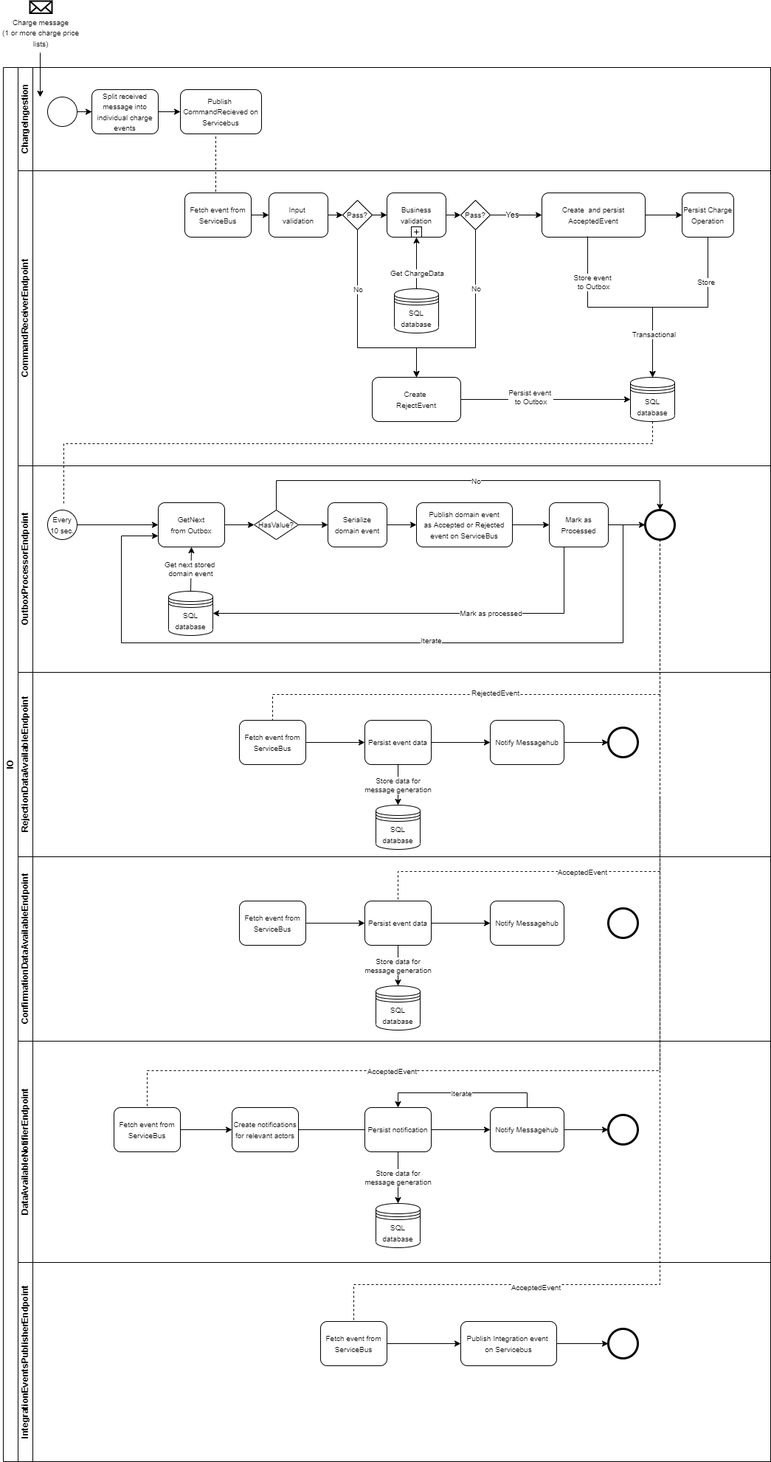
Above: docs/process-flows/images/ChargePriceListProcessFlow.png in Energinet-DataHub/ARCHIVED-geh-charges (draw.io), before the change. Source tidied: cells renumbered, new cells last; positions are measured from the earlier drawing's top-left corner, leaving out a move shared by most shapes.
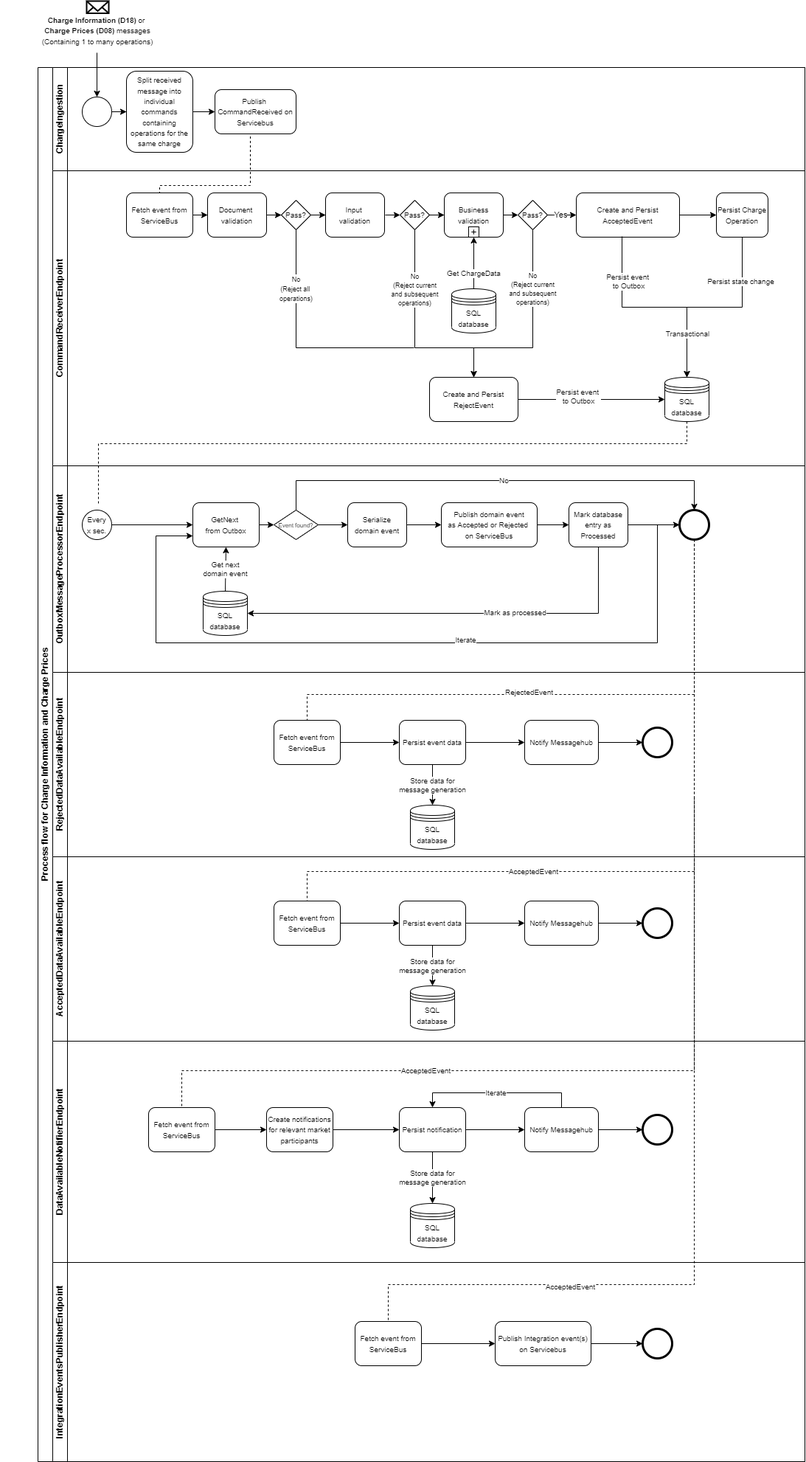
After the commit.

Commit message:
Minor adjustments to process flow diagram

Change to the diagram source:
```diff
@@ -4,3 +4,3 @@
     <mxCell id="1" parent="0" />
-    <mxCell id="2" value="IO" style="swimlane;html=1;horizontal=0;startSize=20;rounded=0;" parent="1" vertex="1">
+    <mxCell id="2" value="Process flow for Charge Information and Charge Prices" style="swimlane;html=1;horizontal=0;startSize=20;rounded=0;" parent="1" vertex="1">
       <mxGeometry x="4" y="90" width="1040" height="1890" as="geometry" />
@@ -19,6 +19,6 @@
     </mxCell>
-    <mxCell id="7" value="&lt;span style=&quot;font-size: 10px&quot;&gt;Split received message into individual charge events&lt;/span&gt;" style="rounded=1;whiteSpace=wrap;html=1;fontFamily=Helvetica;fontSize=12;fontColor=#000000;align=center;" parent="3" vertex="1">
-      <mxGeometry x="100" y="30" width="90" height="60" as="geometry" />
+    <mxCell id="7" value="&lt;span style=&quot;font-size: 10px&quot;&gt;Split received message into individual commands containing operations for the same charge&lt;/span&gt;" style="rounded=1;whiteSpace=wrap;html=1;fontFamily=Helvetica;fontSize=12;fontColor=#000000;align=center;" parent="3" vertex="1">
+      <mxGeometry x="100" y="5" width="90" height="110" as="geometry" />
     </mxCell>
-    <mxCell id="8" value="&lt;font style=&quot;font-size: 10px&quot;&gt;Publish &lt;br&gt;CommandRecieved on Servicebus&lt;/font&gt;" style="rounded=1;whiteSpace=wrap;html=1;fontFamily=Helvetica;fontSize=12;fontColor=#000000;align=center;" parent="3" vertex="1">
+    <mxCell id="8" value="&lt;font style=&quot;font-size: 10px&quot;&gt;Publish &lt;br&gt;CommandReceived on Servicebus&lt;/font&gt;" style="rounded=1;whiteSpace=wrap;html=1;fontFamily=Helvetica;fontSize=12;fontColor=#000000;align=center;" parent="3" vertex="1">
       <mxGeometry x="220" y="30" width="110" height="60" as="geometry" />
@@ -29,6 +29,6 @@
     <mxCell id="10" value="&lt;font style=&quot;font-size: 10px&quot;&gt;Fetch event from ServiceBus&lt;/font&gt;" style="rounded=1;whiteSpace=wrap;html=1;fontFamily=Helvetica;fontSize=12;fontColor=#000000;align=center;" parent="9" vertex="1">
-      <mxGeometry x="226" y="30" width="90" height="60" as="geometry" />
+      <mxGeometry x="100" y="30" width="90" height="60" as="geometry" />
     </mxCell>
     <mxCell id="11" value="&lt;font style=&quot;font-size: 10px&quot;&gt;Pass?&lt;/font&gt;" style="rhombus;whiteSpace=wrap;html=1;fontFamily=Helvetica;fontSize=12;fontColor=#000000;align=center;" parent="9" vertex="1">
-      <mxGeometry x="600" y="40" width="40" height="40" as="geometry" />
+      <mxGeometry x="631" y="40" width="40" height="40" as="geometry" />
     </mxCell>
@@ -40,3 +40,3 @@
     </mxCell>
-    <mxCell id="14" value="&lt;font style=&quot;font-size: 10px&quot;&gt;Create&amp;nbsp; and persist AcceptedEvent&lt;br&gt;&lt;/font&gt;" style="whiteSpace=wrap;html=1;rounded=1;" parent="9" vertex="1">
+    <mxCell id="14" value="&lt;font style=&quot;font-size: 10px&quot;&gt;Create and Persist AcceptedEvent&lt;br&gt;&lt;/font&gt;" style="whiteSpace=wrap;html=1;rounded=1;" parent="9" vertex="1">
       <mxGeometry x="710" y="30" width="140" height="60" as="geometry" />
@@ -50,3 +50,3 @@
     <mxCell id="17" style="group;rounded=0;" parent="9" vertex="1">
-      <mxGeometry x="340" y="30" width="80" height="60" as="geometry" />
+      <mxGeometry x="370" y="30" width="80" height="60" as="geometry" />
     </mxCell>
@@ -55,6 +55,8 @@
     </mxCell>
-    <mxCell id="19" style="edgeStyle=orthogonalEdgeStyle;rounded=0;jettySize=auto;html=1;entryX=0;entryY=0.5;entryDx=0;entryDy=0;" parent="9" edge="1" source="18" target="21">
-      <mxGeometry relative="1" as="geometry" />
+    <mxCell id="19" style="edgeStyle=orthogonalEdgeStyle;rounded=0;jettySize=auto;html=1;entryX=0;entryY=0.5;entryDx=0;entryDy=0;" parent="9" edge="1" target="21">
+      <mxGeometry relative="1" as="geometry">
+        <mxPoint x="451" y="60" as="sourcePoint" />
+      </mxGeometry>
     </mxCell>
-    <mxCell id="20" style="edgeStyle=orthogonalEdgeStyle;rounded=0;jettySize=auto;html=1;entryX=0;entryY=0.5;entryDx=0;entryDy=0;" parent="9" edge="1" source="10" target="18">
+    <mxCell id="20" style="edgeStyle=orthogonalEdgeStyle;rounded=0;jettySize=auto;html=1;entryX=0;entryY=0.5;entryDx=0;entryDy=0;" parent="9" edge="1" source="10" target="119">
       <mxGeometry relative="1" as="geometry" />
@@ -62,3 +64,3 @@
     <mxCell id="21" value="&lt;font style=&quot;font-size: 10px&quot;&gt;Pass?&lt;/font&gt;" style="rhombus;whiteSpace=wrap;html=1;fontFamily=Helvetica;fontSize=12;fontColor=#000000;align=center;" parent="9" vertex="1">
-      <mxGeometry x="440" y="40" width="40" height="40" as="geometry" />
+      <mxGeometry x="471" y="40" width="40" height="40" as="geometry" />
     </mxCell>
@@ -68,3 +70,3 @@
     <mxCell id="23" style="group;" parent="9" vertex="1">
-      <mxGeometry x="500" y="30" width="80" height="60" as="geometry" />
+      <mxGeometry x="531" y="30" width="80" height="60" as="geometry" />
     </mxCell>
@@ -77,6 +79,6 @@
     <mxCell id="26" value="&lt;font style=&quot;font-size: 10px&quot;&gt;SQL database&lt;/font&gt;" style="shape=datastore;whiteSpace=wrap;html=1;" parent="9" vertex="1">
-      <mxGeometry x="510" y="160" width="60" height="60" as="geometry" />
+      <mxGeometry x="541" y="160" width="60" height="60" as="geometry" />
     </mxCell>
-    <mxCell id="27" value="&lt;span style=&quot;font-size: 10px;&quot;&gt;Create &lt;br&gt;RejectEvent&lt;br&gt;&lt;/span&gt;" style="whiteSpace=wrap;html=1;rounded=1;" parent="9" vertex="1">
-      <mxGeometry x="480" y="280" width="120" height="60" as="geometry" />
+    <mxCell id="27" value="&lt;span style=&quot;font-size: 10px;&quot;&gt;Create and Persist&lt;br&gt;RejectEvent&lt;br&gt;&lt;/span&gt;" style="whiteSpace=wrap;html=1;rounded=1;" parent="9" vertex="1">
+      <mxGeometry x="511" y="280" width="120" height="60" as="geometry" />
     </mxCell>
@@ -85,4 +87,4 @@
         <Array as="points">
-          <mxPoint x="460" y="240" />
-          <mxPoint x="540" y="240" />
+          <mxPoint x="491" y="240" />
+          <mxPoint x="571" y="240" />
         </Array>
@@ -90,3 +92,3 @@
     </mxCell>
-    <mxCell id="29" value="No" style="edgeLabel;html=1;align=center;verticalAlign=middle;fontSize=10;" parent="28" vertex="1">
+    <mxCell id="29" value="&lt;font style=&quot;font-size: 9px;&quot;&gt;No&lt;br&gt;(Reject current&lt;br&gt;and subsequent&lt;br&gt;operations)&lt;/font&gt;" style="edgeLabel;html=1;align=center;verticalAlign=middle;fontSize=10;" parent="28" vertex="1">
       <mxGeometry x="-0.16" relative="1" as="geometry">
@@ -104,4 +106,4 @@
         <Array as="points">
-          <mxPoint x="620" y="240" />
-          <mxPoint x="540" y="240" />
+          <mxPoint x="651" y="240" />
+          <mxPoint x="571" y="240" />
         </Array>
@@ -109,3 +111,3 @@
     </mxCell>
-    <mxCell id="33" value="No" style="edgeLabel;html=1;align=center;verticalAlign=middle;fontSize=10;" parent="32" vertex="1">
+    <mxCell id="33" value="&lt;font style=&quot;font-size: 9px;&quot;&gt;No&lt;br&gt;(Reject current&lt;br&gt;and subsequent&lt;br&gt;operations)&lt;/font&gt;" style="edgeLabel;html=1;align=center;verticalAlign=middle;fontSize=10;" parent="32" vertex="1">
       <mxGeometry x="-0.45" relative="1" as="geometry">
@@ -126,3 +128,3 @@
     </mxCell>
-    <mxCell id="38" value="Store event &lt;br&gt;to Outbox" style="edgeLabel;html=1;align=center;verticalAlign=middle;fontSize=10;" parent="37" vertex="1">
+    <mxCell id="38" value="Persist event &lt;br&gt;to Outbox" style="edgeLabel;html=1;align=center;verticalAlign=middle;fontSize=10;" parent="37" vertex="1">
       <mxGeometry x="-0.15" y="2" relative="1" as="geometry">
@@ -134,3 +136,3 @@
     </mxCell>
-    <mxCell id="40" value="Store&amp;nbsp;" style="edgeLabel;html=1;align=center;verticalAlign=middle;fontSize=10;" parent="39" vertex="1">
+    <mxCell id="40" value="Persist state change" style="edgeLabel;html=1;align=center;verticalAlign=middle;fontSize=10;" parent="39" vertex="1">
       <mxGeometry x="-0.55" y="-2" relative="1" as="geometry" />
@@ -140,6 +142,21 @@
     </mxCell>
+    <mxCell id="116" style="edgeStyle=orthogonalEdgeStyle;rounded=0;jettySize=auto;html=1;" parent="9" edge="1" source="117" target="18">
+      <mxGeometry relative="1" as="geometry" />
+    </mxCell>
+    <mxCell id="117" value="&lt;font style=&quot;font-size: 10px&quot;&gt;Pass?&lt;/font&gt;" style="rhombus;whiteSpace=wrap;html=1;fontFamily=Helvetica;fontSize=12;fontColor=#000000;align=center;" parent="9" vertex="1">
+      <mxGeometry x="310" y="40" width="40" height="40" as="geometry" />
+    </mxCell>
+    <mxCell id="118" style="group;rounded=0;" parent="9" vertex="1">
+      <mxGeometry x="210" y="30" width="80" height="60" as="geometry" />
+    </mxCell>
+    <mxCell id="119" value="&lt;span style=&quot;font-size: 10px&quot;&gt;Document&amp;nbsp;&lt;br&gt;validation&lt;/span&gt;" style="whiteSpace=wrap;html=1;rounded=1;" parent="118" vertex="1">
+      <mxGeometry width="80" height="60" as="geometry" />
+    </mxCell>
+    <mxCell id="120" style="edgeStyle=orthogonalEdgeStyle;rounded=0;jettySize=auto;html=1;" parent="9" edge="1" source="119" target="117">
+      <mxGeometry relative="1" as="geometry" />
+    </mxCell>
-    <mxCell id="42" value="OutboxProcessorEndpoint" style="swimlane;html=1;startSize=20;horizontal=0;" parent="2" vertex="1">
+    <mxCell id="42" value="OutboxMessageProcessorEndpoint" style="swimlane;html=1;startSize=20;horizontal=0;" parent="2" vertex="1">
       <mxGeometry x="20" y="540" width="1020" height="280" as="geometry" />
     </mxCell>
-    <mxCell id="43" value="&lt;font style=&quot;font-size: 10px;&quot;&gt;Every&lt;br&gt;10 sec.&lt;/font&gt;" style="ellipse;whiteSpace=wrap;html=1;" parent="42" vertex="1">
+    <mxCell id="43" value="&lt;font style=&quot;font-size: 10px;&quot;&gt;Every&lt;br&gt;x sec.&lt;/font&gt;" style="ellipse;whiteSpace=wrap;html=1;" parent="42" vertex="1">
       <mxGeometry x="40" y="60" width="40" height="40" as="geometry" />
@@ -149,3 +166,3 @@
     </mxCell>
-    <mxCell id="45" value="&lt;font style=&quot;font-size: 10px&quot;&gt;GetNext&lt;br&gt;from Outbox&lt;br&gt;&lt;/font&gt;" style="rounded=1;whiteSpace=wrap;html=1;fontFamily=Helvetica;fontSize=12;fontColor=#000000;align=center;" parent="42" vertex="1">
+    <mxCell id="45" value="&lt;font style=&quot;font-size: 10px&quot;&gt;GetNext&amp;nbsp;&lt;br&gt;from Outbox&lt;br&gt;&lt;/font&gt;" style="rounded=1;whiteSpace=wrap;html=1;fontFamily=Helvetica;fontSize=12;fontColor=#000000;align=center;" parent="42" vertex="1">
       <mxGeometry x="190" y="50" width="90" height="60" as="geometry" />
@@ -153,3 +170,3 @@
     <mxCell id="46" value="&lt;span style=&quot;font-size: 10px;&quot;&gt;Serialize&lt;br&gt;domain event&lt;/span&gt;" style="rounded=1;whiteSpace=wrap;html=1;fontFamily=Helvetica;fontSize=12;fontColor=#000000;align=center;" parent="42" vertex="1">
-      <mxGeometry x="420" y="50" width="80" height="60" as="geometry" />
+      <mxGeometry x="400" y="50" width="80" height="60" as="geometry" />
     </mxCell>
@@ -161,3 +178,3 @@
     </mxCell>
-    <mxCell id="49" value="Get next stored &lt;br&gt;domain event" style="endArrow=classic;html=1;rounded=0;fontSize=10;exitX=0.5;exitY=0;exitDx=0;exitDy=0;entryX=0.5;entryY=1;entryDx=0;entryDy=0;" parent="42" edge="1" source="48" target="45">
+    <mxCell id="49" value="Get next&lt;br&gt;domain event" style="endArrow=classic;html=1;rounded=0;fontSize=10;exitX=0.5;exitY=0;exitDx=0;exitDy=0;entryX=0.5;entryY=1;entryDx=0;entryDy=0;" parent="42" edge="1" source="48" target="45">
       <mxGeometry relative="1" as="geometry" />
@@ -167,4 +184,4 @@
     </mxCell>
-    <mxCell id="51" value="&lt;span style=&quot;font-size: 10px;&quot;&gt;Publish domain event&lt;br&gt;as Accepted or Rejected event on ServiceBus&lt;br&gt;&lt;/span&gt;" style="rounded=1;whiteSpace=wrap;html=1;fontFamily=Helvetica;fontSize=12;fontColor=#000000;align=center;" parent="42" vertex="1">
-      <mxGeometry x="540" y="50" width="130" height="60" as="geometry" />
+    <mxCell id="51" value="&lt;span style=&quot;font-size: 10px;&quot;&gt;Publish domain event&lt;br&gt;as Accepted or Rejected &lt;br&gt;on ServiceBus&lt;br&gt;&lt;/span&gt;" style="rounded=1;whiteSpace=wrap;html=1;fontFamily=Helvetica;fontSize=12;fontColor=#000000;align=center;" parent="42" vertex="1">
+      <mxGeometry x="527" y="50" width="130" height="60" as="geometry" />
     </mxCell>
@@ -187,7 +204,7 @@
     </mxCell>
-    <mxCell id="56" value="&lt;span style=&quot;font-size: 10px;&quot;&gt;Mark as Processed&lt;/span&gt;" style="rounded=1;whiteSpace=wrap;html=1;fontFamily=Helvetica;fontSize=12;fontColor=#000000;align=center;" parent="42" vertex="1">
-      <mxGeometry x="720" y="50" width="80" height="60" as="geometry" />
+    <mxCell id="56" value="&lt;span style=&quot;font-size: 10px;&quot;&gt;Mark database entry as Processed&lt;/span&gt;" style="rounded=1;whiteSpace=wrap;html=1;fontFamily=Helvetica;fontSize=12;fontColor=#000000;align=center;" parent="42" vertex="1">
+      <mxGeometry x="700" y="50" width="80" height="60" as="geometry" />
     </mxCell>
-    <mxCell id="57" value="&lt;font style=&quot;font-size: 10px&quot;&gt;HasValue?&lt;/font&gt;" style="rhombus;whiteSpace=wrap;html=1;fontFamily=Helvetica;fontSize=12;fontColor=#000000;align=center;" parent="42" vertex="1">
-      <mxGeometry x="320" y="60" width="60" height="40" as="geometry" />
+    <mxCell id="57" value="&lt;span style=&quot;font-size: 8px;&quot;&gt;Event found?&lt;/span&gt;" style="rhombus;whiteSpace=wrap;html=1;fontFamily=Helvetica;fontSize=12;fontColor=#000000;align=center;" parent="42" vertex="1">
+      <mxGeometry x="300" y="60" width="60" height="40" as="geometry" />
     </mxCell>
@@ -199,3 +216,3 @@
         <Array as="points">
-          <mxPoint x="350" y="20" />
+          <mxPoint x="330" y="20" />
           <mxPoint x="870" y="20" />
@@ -225,3 +242,3 @@
     </mxCell>
-    <mxCell id="64" value="RejectionDataAvailableEndpoint" style="swimlane;html=1;startSize=20;horizontal=0;" parent="2" vertex="1">
+    <mxCell id="64" value="RejectedDataAvailableEndpoint" style="swimlane;html=1;startSize=20;horizontal=0;" parent="2" vertex="1">
       <mxGeometry x="20" y="820" width="1020" height="250" as="geometry" />
@@ -255,3 +272,3 @@
     </mxCell>
-    <mxCell id="74" value="ConfirmationDataAvailableEndpoint" style="swimlane;html=1;startSize=20;horizontal=0;" parent="2" vertex="1">
+    <mxCell id="74" value="AcceptedDataAvailableEndpoint" style="swimlane;html=1;startSize=20;horizontal=0;" parent="2" vertex="1">
       <mxGeometry x="20" y="1070" width="1020" height="250" as="geometry" />
@@ -261,2 +278,5 @@
     </mxCell>
+    <mxCell id="121" style="edgeStyle=orthogonalEdgeStyle;rounded=0;jettySize=auto;html=1;entryX=0;entryY=0.5;entryDx=0;entryDy=0;fontSize=8;endArrow=classic;endFill=1;" parent="74" edge="1" source="76" target="75">
+      <mxGeometry relative="1" as="geometry" />
+    </mxCell>
     <mxCell id="76" value="&lt;font style=&quot;font-size: 10px&quot;&gt;Notify Messagehub&lt;/font&gt;" style="rounded=1;whiteSpace=wrap;html=1;fontFamily=Helvetica;fontSize=12;fontColor=#000000;align=center;" parent="74" vertex="1">
@@ -309,3 +329,3 @@
     </mxCell>
-    <mxCell id="90" value="&lt;font style=&quot;font-size: 10px&quot;&gt;Create notifications&lt;br&gt;for relevant actors&lt;br&gt;&lt;/font&gt;" style="rounded=1;whiteSpace=wrap;html=1;fontFamily=Helvetica;fontSize=12;fontColor=#000000;align=center;" parent="83" vertex="1">
+    <mxCell id="90" value="&lt;font style=&quot;font-size: 10px&quot;&gt;Create notifications&lt;br&gt;for relevant market participants&lt;br&gt;&lt;/font&gt;" style="rounded=1;whiteSpace=wrap;html=1;fontFamily=Helvetica;fontSize=12;fontColor=#000000;align=center;" parent="83" vertex="1">
       <mxGeometry x="290" y="90" width="90" height="60" as="geometry" />
@@ -327,3 +347,3 @@
     </mxCell>
-    <mxCell id="96" style="endArrow=none;html=1;rounded=0;fontSize=10;exitX=1;exitY=0.5;exitDx=0;exitDy=0;entryX=0;entryY=0.5;entryDx=0;entryDy=0;" parent="83" edge="1" source="90" target="95">
+    <mxCell id="96" style="endArrow=classic;html=1;rounded=0;fontSize=10;exitX=1;exitY=0.5;exitDx=0;exitDy=0;entryX=0;entryY=0.5;entryDx=0;entryDy=0;endFill=1;" parent="83" edge="1" source="90" target="95">
       <mxGeometry relative="1" as="geometry" />
@@ -352,3 +372,3 @@
     </mxCell>
-    <mxCell id="102" value="&lt;span style=&quot;font-size: 10px;&quot;&gt;Publish Integration event &lt;br&gt;on Servicebus&lt;/span&gt;" style="rounded=1;whiteSpace=wrap;html=1;fontFamily=Helvetica;fontSize=12;fontColor=#000000;align=center;" parent="99" vertex="1">
+    <mxCell id="102" value="&lt;span style=&quot;font-size: 10px;&quot;&gt;Publish Integration event(s)&lt;br&gt;on Servicebus&lt;/span&gt;" style="rounded=1;whiteSpace=wrap;html=1;fontFamily=Helvetica;fontSize=12;fontColor=#000000;align=center;" parent="99" vertex="1">
       <mxGeometry x="600" y="80" width="130" height="60" as="geometry" />
@@ -380,3 +400,3 @@
     </mxCell>
-    <mxCell id="108" style="endArrow=none;dashed=1;edgeStyle=orthogonalEdgeStyle;rounded=0;jettySize=auto;html=1;exitX=0.5;exitY=1;exitDx=0;exitDy=0;entryX=0.5;entryY=0;entryDx=0;entryDy=0;" parent="2" edge="1" source="44" target="81">
+    <mxCell id="108" style="endArrow=none;dashed=1;edgeStyle=orthogonalEdgeStyle;rounded=0;jettySize=auto;html=1;exitX=0.5;exitY=1;exitDx=0;exitDy=0;entryX=0.5;entryY=0;entryDx=0;entryDy=0;" parent="2" edge="1" source="44" target="77">
       <mxGeometry relative="1" as="geometry">
@@ -384,3 +404,3 @@
           <mxPoint x="890" y="1090" />
-          <mxPoint x="535" y="1090" />
+          <mxPoint x="365" y="1090" />
         </Array>
@@ -405,3 +425,5 @@
         <Array as="points">
-          <mxPoint x="288" y="170" />
+          <mxPoint x="288" y="90" />
+          <mxPoint x="288" y="160" />
+          <mxPoint x="165" y="160" />
         </Array>
@@ -411,4 +433,4 @@
       <mxGeometry relative="1" as="geometry">
-        <mxPoint x="54" y="70" as="sourcePoint" />
-        <mxPoint x="54" y="130" as="targetPoint" />
+        <mxPoint x="84" y="70" as="sourcePoint" />
+        <mxPoint x="84" y="130" as="targetPoint" />
       </mxGeometry>
@@ -416,7 +438,15 @@
     <mxCell id="114" style="html=1;verticalLabelPosition=bottom;align=center;labelBackgroundColor=#ffffff;verticalAlign=top;strokeWidth=2;strokeColor=#000000;shadow=0;dashed=0;shape=mxgraph.ios7.icons.mail;" parent="1" vertex="1">
-      <mxGeometry x="40" width="30" height="16.5" as="geometry" />
+      <mxGeometry x="70" width="30" height="16.5" as="geometry" />
     </mxCell>
-    <mxCell id="115" value="&lt;font style=&quot;font-size: 10px&quot;&gt;Charge message&lt;br&gt;(1 or more charge price lists)&lt;/font&gt;" style="text;html=1;strokeColor=none;fillColor=none;align=center;verticalAlign=middle;whiteSpace=wrap;rounded=0;" parent="1" vertex="1">
-      <mxGeometry y="32.5" width="110" height="20" as="geometry" />
+    <mxCell id="115" value="&lt;span style=&quot;font-size: 10px;&quot;&gt;&lt;b&gt;Charge Information (D18) &lt;/b&gt;or &lt;br&gt;&lt;b&gt;Charge Prices (D08) &lt;/b&gt;messages&lt;br&gt;(Containing 1 to many operations)&lt;br&gt;&lt;/span&gt;" style="text;html=1;strokeColor=none;fillColor=none;align=center;verticalAlign=middle;whiteSpace=wrap;rounded=0;" parent="1" vertex="1">
+      <mxGeometry x="-47" y="30" width="264" height="20" as="geometry" />
     </mxCell>
+    <mxCell id="122" value="&lt;font style=&quot;font-size: 9px;&quot;&gt;No&lt;br&gt;(Reject all &lt;br&gt;operations)&lt;/font&gt;" style="edgeStyle=orthogonalEdgeStyle;rounded=0;jettySize=auto;html=1;endArrow=none;endFill=0;" parent="1" edge="1" source="117">
+      <mxGeometry x="-0.5" relative="1" as="geometry">
+        <mxPoint x="514" y="470" as="targetPoint" />
+        <Array as="points">
+          <mxPoint x="354" y="470" />
+        </Array>
+      </mxGeometry>
+    </mxCell>
   </root>
```
